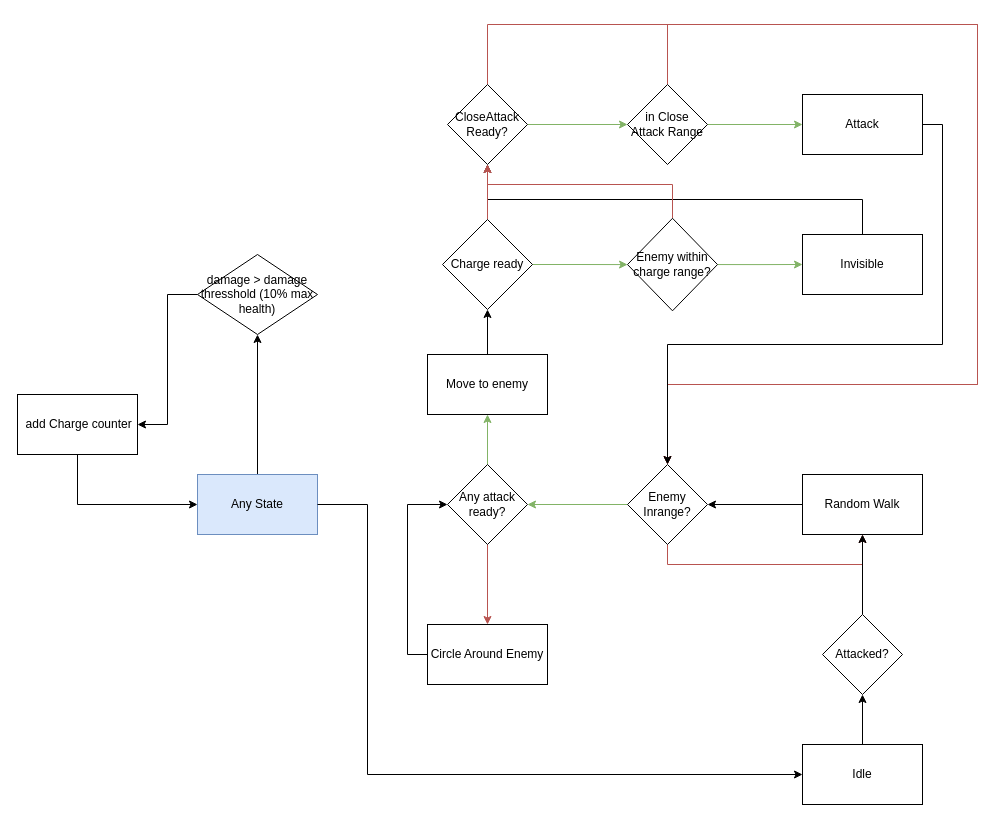
This is Diagrams/death_giver_state.drawio from MikaelHans/Git_KB_UAS, a draw.io file, before an edit. Source tidied: cells renumbered, new cells numbered last; positions are measured from the earlier drawing's top-left corner, leaving out a move shared by most shapes. Both pictures are drawn from the tidied source at 100%, with x=0, y=0 at pixel (17, 24).
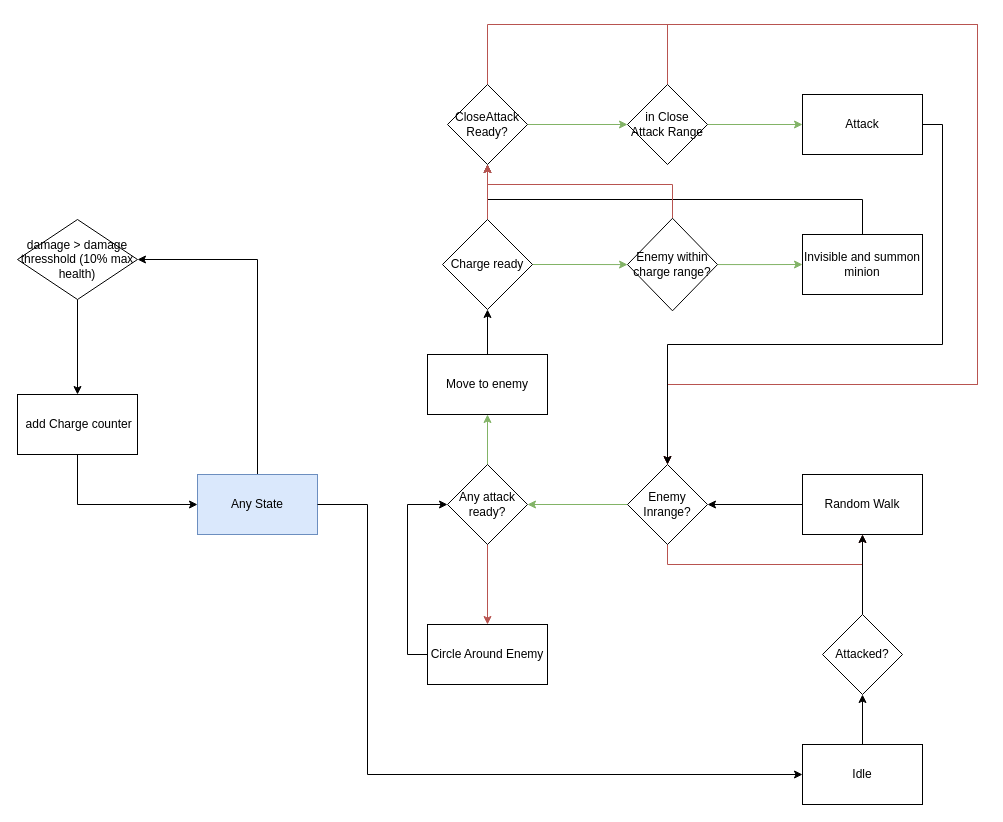
The same diagram, later.

The change refers to these unchanged cells:
```xml
<mxCell id="31" value="Any State" style="rounded=0;whiteSpace=wrap;html=1;fillColor=#dae8fc;strokeColor=#6c8ebf;" parent="1" vertex="1">
  <mxGeometry x="180" y="450" width="120" height="60" as="geometry" />
</mxCell>
<mxCell id="33" value="&amp;nbsp; add Charge counter&amp;nbsp;" style="rounded=0;whiteSpace=wrap;html=1;" parent="1" vertex="1">
  <mxGeometry y="370" width="120" height="60" as="geometry" />
</mxCell>
```

Diff of the diagram source:
```diff
@@
-    <mxCell id="10" value="Invisible" style="rounded=0;whiteSpace=wrap;html=1;" parent="1" vertex="1">
+    <mxCell id="10" value="Invisible and summon minion" style="rounded=0;whiteSpace=wrap;html=1;" parent="1" vertex="1">
       <mxGeometry x="785" y="210" width="120" height="60" as="geometry" />
     </mxCell>
@@
-    <mxCell id="30" style="edgeStyle=orthogonalEdgeStyle;rounded=0;jettySize=auto;html=1;exitX=0;exitY=0;exitDx=0;exitDy=0;entryX=0.5;entryY=1;entryDx=0;entryDy=0;" parent="1" edge="1" source="31" target="37">
+    <mxCell id="30" style="edgeStyle=orthogonalEdgeStyle;rounded=0;jettySize=auto;html=1;exitX=0;exitY=0;exitDx=0;exitDy=0;entryX=1;entryY=0.5;entryDx=0;entryDy=0;" parent="1" edge="1" source="31" target="37">
       <mxGeometry relative="1" as="geometry">
         <Array as="points">
           <mxPoint x="240" y="450" />
+          <mxPoint x="240" y="235" />
         </Array>
       </mxGeometry>
     </mxCell>
@@
-    <mxCell id="36" style="edgeStyle=orthogonalEdgeStyle;rounded=0;jettySize=auto;html=1;entryX=1;entryY=0.5;entryDx=0;entryDy=0;" parent="1" edge="1" source="37" target="33">
-      <mxGeometry relative="1" as="geometry" />
+    <mxCell id="36" style="edgeStyle=orthogonalEdgeStyle;rounded=0;jettySize=auto;html=1;" parent="1" edge="1" source="37">
+      <mxGeometry relative="1" as="geometry">
+        <mxPoint x="60" y="370" as="targetPoint" />
+      </mxGeometry>
     </mxCell>
     <mxCell id="37" value="damage &amp;gt; damage thresshold (10% max health)" style="rhombus;whiteSpace=wrap;html=1;" parent="1" vertex="1">
-      <mxGeometry x="180" y="230" width="120" height="80" as="geometry" />
+      <mxGeometry y="195" width="120" height="80" as="geometry" />
     </mxCell>
```
